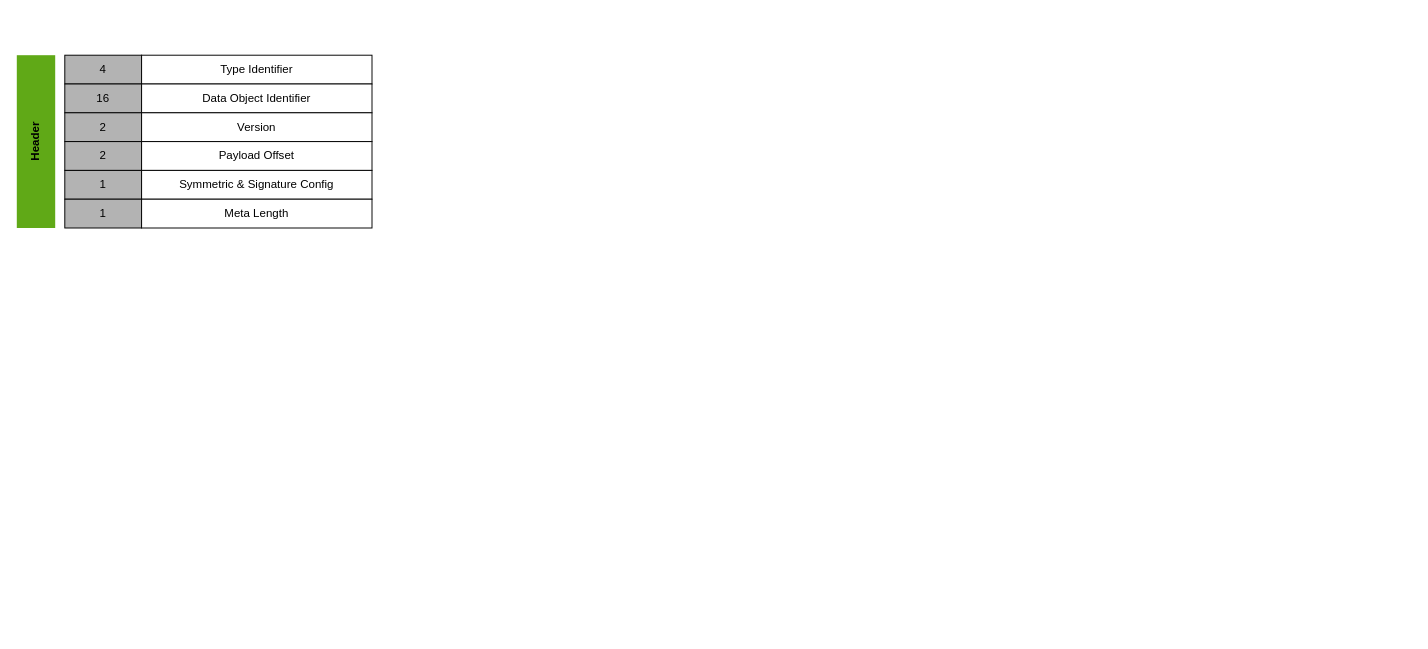
The draw.io diagram dhp/ZTDO.structure.drawio in wenhulove333/opendhp, before the edit. Source tidied: cells renumbered, new cells numbered last; positions are measured from the earlier drawing's top-left corner, leaving out a move shared by most shapes. Both pictures are drawn from the tidied source at 96%, with x=0, y=0 at pixel (7, 55). Pictures stored in the file or linked from it are replaced by grey dashed boxes.
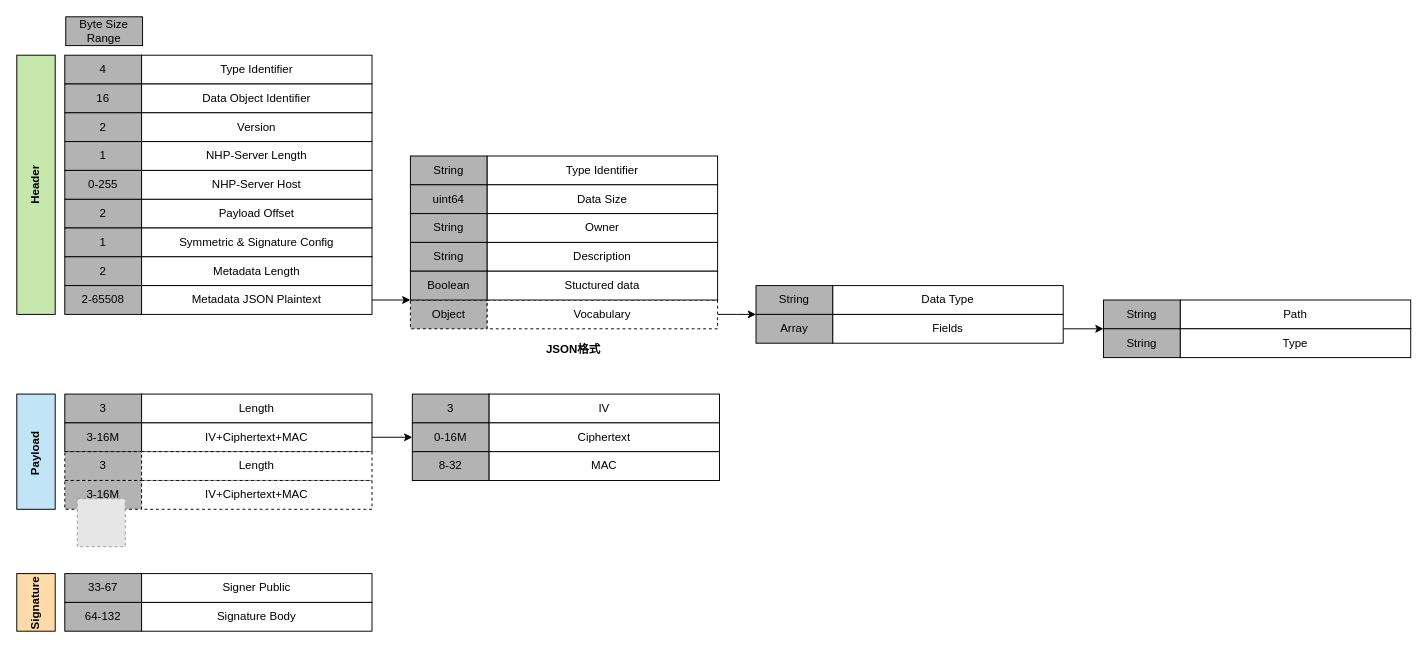
After the change.

Diff of the diagram source:
```diff
@@
+    <mxCell id="16" style="group;" parent="1" vertex="1">
+      <mxGeometry x="10" y="353" width="732" height="120" as="geometry" />
+    </mxCell>
+    <mxCell id="17" style="rounded=0;whiteSpace=wrap;html=1;fillColor=light-dark(#c1e4f7, #319eff);fontColor=#ffffff;strokeColor=default;" parent="16" vertex="1">
+      <mxGeometry width="40" height="120" as="geometry" />
+    </mxCell>
+    <mxCell id="18" value="3" style="rounded=0;whiteSpace=wrap;html=1;fillColor=#B3B3B3;strokeColor=default;" parent="16" vertex="1">
+      <mxGeometry x="50" width="80" height="30" as="geometry" />
+    </mxCell>
+    <mxCell id="19" value="Length" style="rounded=0;whiteSpace=wrap;html=1;" parent="16" vertex="1">
+      <mxGeometry x="130" width="240" height="30" as="geometry" />
+    </mxCell>
+    <mxCell id="20" value="3-16M" style="rounded=0;whiteSpace=wrap;html=1;fillColor=#B3B3B3;strokeColor=default;" parent="16" vertex="1">
+      <mxGeometry x="50" y="30" width="80" height="30" as="geometry" />
+    </mxCell>
+    <mxCell id="21" style="edgeStyle=orthogonalEdgeStyle;rounded=0;jettySize=auto;html=1;exitX=1;exitY=0.5;exitDx=0;exitDy=0;entryX=0;entryY=0.5;entryDx=0;entryDy=0;" parent="16" edge="1" source="22" target="27">
+      <mxGeometry relative="1" as="geometry" />
+    </mxCell>
+    <mxCell id="22" value="IV+Ciphertext+MAC" style="rounded=0;whiteSpace=wrap;html=1;" parent="16" vertex="1">
+      <mxGeometry x="130" y="30" width="240" height="30" as="geometry" />
+    </mxCell>
+    <mxCell id="23" value="&lt;b&gt;Payload&lt;/b&gt;" style="text;html=1;align=center;verticalAlign=middle;whiteSpace=wrap;rounded=0;rotation=-90;" parent="16" vertex="1">
+      <mxGeometry x="-10" y="47" width="60" height="30" as="geometry" />
+    </mxCell>
+    <mxCell id="24" style="group;" parent="16" vertex="1">
+      <mxGeometry x="412" width="320" height="90" as="geometry" />
+    </mxCell>
+    <mxCell id="25" value="3" style="rounded=0;whiteSpace=wrap;html=1;fillColor=#B3B3B3;strokeColor=default;" parent="24" vertex="1">
+      <mxGeometry width="80" height="30" as="geometry" />
+    </mxCell>
+    <mxCell id="26" value="IV" style="rounded=0;whiteSpace=wrap;html=1;" parent="24" vertex="1">
+      <mxGeometry x="80" width="240" height="30" as="geometry" />
+    </mxCell>
+    <mxCell id="27" value="0-16M" style="rounded=0;whiteSpace=wrap;html=1;fillColor=#B3B3B3;strokeColor=default;" parent="24" vertex="1">
+      <mxGeometry y="30" width="80" height="30" as="geometry" />
+    </mxCell>
+    <mxCell id="28" value="Ciphertext" style="rounded=0;whiteSpace=wrap;html=1;" parent="24" vertex="1">
+      <mxGeometry x="80" y="30" width="240" height="30" as="geometry" />
+    </mxCell>
+    <mxCell id="29" value="8-32" style="rounded=0;whiteSpace=wrap;html=1;fillColor=#B3B3B3;strokeColor=default;" parent="24" vertex="1">
+      <mxGeometry y="60" width="80" height="30" as="geometry" />
+    </mxCell>
+    <mxCell id="30" value="MAC" style="rounded=0;whiteSpace=wrap;html=1;" parent="24" vertex="1">
+      <mxGeometry x="80" y="60" width="240" height="30" as="geometry" />
+    </mxCell>
+    <mxCell id="31" value="3" style="rounded=0;whiteSpace=wrap;html=1;fillColor=#B3B3B3;strokeColor=default;dashed=1;" parent="16" vertex="1">
+      <mxGeometry x="50" y="60" width="80" height="30" as="geometry" />
+    </mxCell>
+    <mxCell id="32" value="Length" style="rounded=0;whiteSpace=wrap;html=1;dashed=1;" parent="16" vertex="1">
+      <mxGeometry x="130" y="60" width="240" height="30" as="geometry" />
+    </mxCell>
+    <mxCell id="33" value="3-16M" style="rounded=0;whiteSpace=wrap;html=1;fillColor=#B3B3B3;strokeColor=default;dashed=1;" parent="16" vertex="1">
+      <mxGeometry x="50" y="90" width="80" height="30" as="geometry" />
+    </mxCell>
+    <mxCell id="34" value="IV+Ciphertext+MAC" style="rounded=0;whiteSpace=wrap;html=1;dashed=1;" parent="16" vertex="1">
+      <mxGeometry x="130" y="90" width="240" height="30" as="geometry" />
+    </mxCell>
+    <mxCell id="35" style="group;" parent="1" vertex="1">
+      <mxGeometry x="10" width="1452" height="322" as="geometry" />
+    </mxCell>
+    <mxCell id="36" style="group;" parent="35" vertex="1">
+      <mxGeometry x="410" y="255" width="320" height="30" as="geometry" />
+    </mxCell>
+    <mxCell id="37" value="Object" style="rounded=0;whiteSpace=wrap;html=1;fillColor=#B3B3B3;strokeColor=default;dashed=1;" parent="36" vertex="1">
+      <mxGeometry width="80" height="30" as="geometry" />
+    </mxCell>
+    <mxCell id="38" style="edgeStyle=orthogonalEdgeStyle;rounded=0;jettySize=auto;html=1;exitX=1;exitY=0.5;exitDx=0;exitDy=0;" parent="36" edge="1" source="39">
+      <mxGeometry relative="1" as="geometry">
+        <mxPoint x="360" y="15" as="targetPoint" />
+      </mxGeometry>
+    </mxCell>
+    <mxCell id="39" value="Vocabulary" style="rounded=0;whiteSpace=wrap;html=1;dashed=1;" parent="36" vertex="1">
+      <mxGeometry x="80" width="240" height="30" as="geometry" />
+    </mxCell>
-    <mxCell id="2" style="rounded=0;whiteSpace=wrap;html=1;fillColor=#60a917;fontColor=#ffffff;strokeColor=none;" parent="1" vertex="1">
-      <mxGeometry x="10" width="40" height="180" as="geometry" />
+    <mxCell id="2" style="rounded=0;whiteSpace=wrap;html=1;fillColor=light-dark(#c7e8ac, #4a890c);fontColor=#ffffff;strokeColor=default;" parent="35" vertex="1">
+      <mxGeometry width="40" height="270" as="geometry" />
     </mxCell>
-    <mxCell id="3" value="4" style="rounded=0;whiteSpace=wrap;html=1;fillColor=#B3B3B3;strokeColor=default;" parent="1" vertex="1">
-      <mxGeometry x="60" width="80" height="30" as="geometry" />
+    <mxCell id="3" value="4" style="rounded=0;whiteSpace=wrap;html=1;fillColor=#B3B3B3;strokeColor=default;" parent="35" vertex="1">
+      <mxGeometry x="50" width="80" height="30" as="geometry" />
     </mxCell>
-    <mxCell id="4" value="Type Identifier" style="rounded=0;whiteSpace=wrap;html=1;" parent="1" vertex="1">
-      <mxGeometry x="140" width="240" height="30" as="geometry" />
+    <mxCell id="4" value="Type Identifier" style="rounded=0;whiteSpace=wrap;html=1;" parent="35" vertex="1">
+      <mxGeometry x="130" width="240" height="30" as="geometry" />
     </mxCell>
-    <mxCell id="5" value="16" style="rounded=0;whiteSpace=wrap;html=1;fillColor=#B3B3B3;strokeColor=default;" parent="1" vertex="1">
-      <mxGeometry x="60" y="30" width="80" height="30" as="geometry" />
+    <mxCell id="5" value="16" style="rounded=0;whiteSpace=wrap;html=1;fillColor=#B3B3B3;strokeColor=default;" parent="35" vertex="1">
+      <mxGeometry x="50" y="30" width="80" height="30" as="geometry" />
     </mxCell>
-    <mxCell id="6" value="Data Object Identifier" style="rounded=0;whiteSpace=wrap;html=1;" parent="1" vertex="1">
-      <mxGeometry x="140" y="30" width="240" height="30" as="geometry" />
+    <mxCell id="6" value="Data Object Identifier" style="rounded=0;whiteSpace=wrap;html=1;" parent="35" vertex="1">
+      <mxGeometry x="130" y="30" width="240" height="30" as="geometry" />
     </mxCell>
-    <mxCell id="7" value="2" style="rounded=0;whiteSpace=wrap;html=1;fillColor=#B3B3B3;strokeColor=default;" parent="1" vertex="1">
-      <mxGeometry x="60" y="60" width="80" height="30" as="geometry" />
+    <mxCell id="7" value="2" style="rounded=0;whiteSpace=wrap;html=1;fillColor=#B3B3B3;strokeColor=default;" parent="35" vertex="1">
+      <mxGeometry x="50" y="60" width="80" height="30" as="geometry" />
     </mxCell>
-    <mxCell id="8" value="Version" style="rounded=0;whiteSpace=wrap;html=1;" parent="1" vertex="1">
-      <mxGeometry x="140" y="60" width="240" height="30" as="geometry" />
+    <mxCell id="8" value="Version" style="rounded=0;whiteSpace=wrap;html=1;" parent="35" vertex="1">
+      <mxGeometry x="130" y="60" width="240" height="30" as="geometry" />
     </mxCell>
-    <mxCell id="9" value="2" style="rounded=0;whiteSpace=wrap;html=1;fillColor=#B3B3B3;strokeColor=default;" parent="1" vertex="1">
-      <mxGeometry x="60" y="90" width="80" height="30" as="geometry" />
+    <mxCell id="9" value="2" style="rounded=0;whiteSpace=wrap;html=1;fillColor=#B3B3B3;strokeColor=default;" parent="35" vertex="1">
+      <mxGeometry x="50" y="150" width="80" height="30" as="geometry" />
     </mxCell>
-    <mxCell id="10" value="Payload Offset" style="rounded=0;whiteSpace=wrap;html=1;" parent="1" vertex="1">
-      <mxGeometry x="140" y="90" width="240" height="30" as="geometry" />
+    <mxCell id="10" value="Payload Offset" style="rounded=0;whiteSpace=wrap;html=1;" parent="35" vertex="1">
+      <mxGeometry x="130" y="150" width="240" height="30" as="geometry" />
     </mxCell>
-    <mxCell id="11" value="1" style="rounded=0;whiteSpace=wrap;html=1;fillColor=#B3B3B3;strokeColor=default;" parent="1" vertex="1">
-      <mxGeometry x="60" y="120" width="80" height="30" as="geometry" />
+    <mxCell id="11" value="1" style="rounded=0;whiteSpace=wrap;html=1;fillColor=#B3B3B3;strokeColor=default;" parent="35" vertex="1">
+      <mxGeometry x="50" y="180" width="80" height="30" as="geometry" />
     </mxCell>
-    <mxCell id="12" value="Symmetric &amp;amp; Signature Config" style="rounded=0;whiteSpace=wrap;html=1;" parent="1" vertex="1">
-      <mxGeometry x="140" y="120" width="240" height="30" as="geometry" />
+    <mxCell id="12" value="Symmetric &amp;amp; Signature Config" style="rounded=0;whiteSpace=wrap;html=1;" parent="35" vertex="1">
+      <mxGeometry x="130" y="180" width="240" height="30" as="geometry" />
     </mxCell>
-    <mxCell id="13" value="1" style="rounded=0;whiteSpace=wrap;html=1;fillColor=#B3B3B3;strokeColor=default;" parent="1" vertex="1">
-      <mxGeometry x="60" y="150" width="80" height="30" as="geometry" />
+    <mxCell id="13" value="2" style="rounded=0;whiteSpace=wrap;html=1;fillColor=#B3B3B3;strokeColor=default;" parent="35" vertex="1">
+      <mxGeometry x="50" y="210" width="80" height="30" as="geometry" />
     </mxCell>
+    <mxCell id="40" style="edgeStyle=orthogonalEdgeStyle;rounded=0;jettySize=auto;html=1;exitX=1;exitY=0.5;exitDx=0;exitDy=0;entryX=0;entryY=1;entryDx=0;entryDy=0;" parent="35" edge="1" source="53" target="49">
+      <mxGeometry relative="1" as="geometry">
+        <Array as="points">
+          <mxPoint x="400" y="255" />
+          <mxPoint x="400" y="255" />
+        </Array>
+      </mxGeometry>
+    </mxCell>
-    <mxCell id="14" value="Meta Length" style="rounded=0;whiteSpace=wrap;html=1;" parent="1" vertex="1">
-      <mxGeometry x="140" y="150" width="240" height="30" as="geometry" />
+    <mxCell id="14" value="Metadata Length" style="rounded=0;whiteSpace=wrap;html=1;" parent="35" vertex="1">
+      <mxGeometry x="130" y="210" width="240" height="30" as="geometry" />
     </mxCell>
-    <mxCell id="15" value="&lt;b&gt;Header&lt;/b&gt;" style="text;html=1;align=center;verticalAlign=middle;whiteSpace=wrap;rounded=0;rotation=-90;" parent="1" vertex="1">
-      <mxGeometry y="75" width="60" height="30" as="geometry" />
+    <mxCell id="15" value="&lt;b&gt;Header&lt;/b&gt;" style="text;html=1;align=center;verticalAlign=middle;whiteSpace=wrap;rounded=0;rotation=-90;" parent="35" vertex="1">
+      <mxGeometry x="-10" y="120" width="60" height="30" as="geometry" />
     </mxCell>
+    <mxCell id="41" value="String" style="rounded=0;whiteSpace=wrap;html=1;fillColor=#B3B3B3;strokeColor=default;" parent="35" vertex="1">
+      <mxGeometry x="410" y="105" width="80" height="30" as="geometry" />
+    </mxCell>
+    <mxCell id="42" value="Type Identifier" style="rounded=0;whiteSpace=wrap;html=1;" parent="35" vertex="1">
+      <mxGeometry x="490" y="105" width="240" height="30" as="geometry" />
+    </mxCell>
+    <mxCell id="43" value="uint64" style="rounded=0;whiteSpace=wrap;html=1;fillColor=#B3B3B3;strokeColor=default;" parent="35" vertex="1">
+      <mxGeometry x="410" y="135" width="80" height="30" as="geometry" />
+    </mxCell>
+    <mxCell id="44" value="Data Size" style="rounded=0;whiteSpace=wrap;html=1;" parent="35" vertex="1">
+      <mxGeometry x="490" y="135" width="240" height="30" as="geometry" />
+    </mxCell>
+    <mxCell id="45" value="String" style="rounded=0;whiteSpace=wrap;html=1;fillColor=#B3B3B3;strokeColor=default;" parent="35" vertex="1">
+      <mxGeometry x="410" y="165" width="80" height="30" as="geometry" />
+    </mxCell>
+    <mxCell id="46" value="Owner" style="rounded=0;whiteSpace=wrap;html=1;" parent="35" vertex="1">
+      <mxGeometry x="490" y="165" width="240" height="30" as="geometry" />
+    </mxCell>
+    <mxCell id="47" value="String" style="rounded=0;whiteSpace=wrap;html=1;fillColor=#B3B3B3;strokeColor=default;" parent="35" vertex="1">
+      <mxGeometry x="410" y="195" width="80" height="30" as="geometry" />
+    </mxCell>
+    <mxCell id="48" value="Description" style="rounded=0;whiteSpace=wrap;html=1;" parent="35" vertex="1">
+      <mxGeometry x="490" y="195" width="240" height="30" as="geometry" />
+    </mxCell>
+    <mxCell id="49" value="Boolean" style="rounded=0;whiteSpace=wrap;html=1;fillColor=#B3B3B3;strokeColor=default;" parent="35" vertex="1">
+      <mxGeometry x="410" y="225" width="80" height="30" as="geometry" />
+    </mxCell>
+    <mxCell id="50" value="Stuctured data" style="rounded=0;whiteSpace=wrap;html=1;" parent="35" vertex="1">
+      <mxGeometry x="490" y="225" width="240" height="30" as="geometry" />
+    </mxCell>
+    <mxCell id="51" value="&lt;b&gt;JSON格式&lt;/b&gt;" style="text;html=1;align=center;verticalAlign=middle;whiteSpace=wrap;rounded=0;" parent="35" vertex="1">
+      <mxGeometry x="550" y="292" width="60" height="30" as="geometry" />
+    </mxCell>
+    <mxCell id="52" value="2-65508" style="rounded=0;whiteSpace=wrap;html=1;fillColor=#B3B3B3;strokeColor=default;" parent="35" vertex="1">
+      <mxGeometry x="50" y="240" width="80" height="30" as="geometry" />
+    </mxCell>
+    <mxCell id="53" value="Metadata JSON Plaintext" style="rounded=0;whiteSpace=wrap;html=1;" parent="35" vertex="1">
+      <mxGeometry x="130" y="240" width="240" height="30" as="geometry" />
+    </mxCell>
+    <mxCell id="54" value="String" style="rounded=0;whiteSpace=wrap;html=1;fillColor=#B3B3B3;strokeColor=default;" parent="35" vertex="1">
+      <mxGeometry x="770" y="240" width="80" height="30" as="geometry" />
+    </mxCell>
+    <mxCell id="55" value="Data Type" style="rounded=0;whiteSpace=wrap;html=1;" parent="35" vertex="1">
+      <mxGeometry x="850" y="240" width="240" height="30" as="geometry" />
+    </mxCell>
+    <mxCell id="56" value="Array" style="rounded=0;whiteSpace=wrap;html=1;fillColor=#B3B3B3;strokeColor=default;" parent="35" vertex="1">
+      <mxGeometry x="770" y="270" width="80" height="30" as="geometry" />
+    </mxCell>
+    <mxCell id="57" style="edgeStyle=orthogonalEdgeStyle;rounded=0;jettySize=auto;html=1;exitX=1;exitY=0.5;exitDx=0;exitDy=0;entryX=0;entryY=0;entryDx=0;entryDy=0;" parent="35" edge="1" source="58" target="61">
+      <mxGeometry relative="1" as="geometry">
+        <Array as="points">
+          <mxPoint x="1120" y="285" />
+          <mxPoint x="1120" y="285" />
+        </Array>
+      </mxGeometry>
+    </mxCell>
+    <mxCell id="58" value="Fields" style="rounded=0;whiteSpace=wrap;html=1;" parent="35" vertex="1">
+      <mxGeometry x="850" y="270" width="240" height="30" as="geometry" />
+    </mxCell>
+    <mxCell id="59" value="String" style="rounded=0;whiteSpace=wrap;html=1;fillColor=#B3B3B3;strokeColor=default;" parent="35" vertex="1">
+      <mxGeometry x="1132" y="255" width="80" height="30" as="geometry" />
+    </mxCell>
+    <mxCell id="60" value="Path" style="rounded=0;whiteSpace=wrap;html=1;" parent="35" vertex="1">
+      <mxGeometry x="1212" y="255" width="240" height="30" as="geometry" />
+    </mxCell>
+    <mxCell id="61" value="String" style="rounded=0;whiteSpace=wrap;html=1;fillColor=#B3B3B3;strokeColor=default;" parent="35" vertex="1">
+      <mxGeometry x="1132" y="285" width="80" height="30" as="geometry" />
+    </mxCell>
+    <mxCell id="62" value="Type" style="rounded=0;whiteSpace=wrap;html=1;" parent="35" vertex="1">
+      <mxGeometry x="1212" y="285" width="240" height="30" as="geometry" />
+    </mxCell>
+    <mxCell id="63" value="1" style="rounded=0;whiteSpace=wrap;html=1;fillColor=#B3B3B3;strokeColor=default;" parent="35" vertex="1">
+      <mxGeometry x="50" y="90" width="80" height="30" as="geometry" />
+    </mxCell>
+    <mxCell id="64" value="NHP-Server Length" style="rounded=0;whiteSpace=wrap;html=1;" parent="35" vertex="1">
+      <mxGeometry x="130" y="90" width="240" height="30" as="geometry" />
+    </mxCell>
+    <mxCell id="65" value="0-255" style="rounded=0;whiteSpace=wrap;html=1;fillColor=#B3B3B3;strokeColor=default;" parent="35" vertex="1">
+      <mxGeometry x="50" y="120" width="80" height="30" as="geometry" />
+    </mxCell>
+    <mxCell id="66" value="NHP-Server Host" style="rounded=0;whiteSpace=wrap;html=1;" parent="35" vertex="1">
+      <mxGeometry x="130" y="120" width="240" height="30" as="geometry" />
+    </mxCell>
+    <mxCell id="67" style="fillColor=#E6E6E6;strokeColor=#999999;dashed=1;html=1;verticalAlign=top;verticalLabelPosition=bottom;labelBackgroundColor=#ffffff;" parent="1" vertex="1">
+      <mxGeometry x="73" y="462" width="50" height="50" as="geometry" />
+    </mxCell>
+    <mxCell id="68" value="Byte Size Range" style="rounded=0;whiteSpace=wrap;html=1;fillColor=#B3B3B3;strokeColor=default;" parent="1" vertex="1">
+      <mxGeometry x="61" y="-40" width="80" height="30" as="geometry" />
+    </mxCell>
+    <mxCell id="69" style="rounded=0;whiteSpace=wrap;html=1;fillColor=light-dark(#ffdba9, #319eff);fontColor=#ffffff;strokeColor=default;" parent="1" vertex="1">
+      <mxGeometry x="10" y="540" width="40" height="60" as="geometry" />
+    </mxCell>
+    <mxCell id="70" value="33-67" style="rounded=0;whiteSpace=wrap;html=1;fillColor=#B3B3B3;strokeColor=default;" parent="1" vertex="1">
+      <mxGeometry x="60" y="540" width="80" height="30" as="geometry" />
+    </mxCell>
+    <mxCell id="71" value="Signer Public" style="rounded=0;whiteSpace=wrap;html=1;" parent="1" vertex="1">
+      <mxGeometry x="140" y="540" width="240" height="30" as="geometry" />
+    </mxCell>
+    <mxCell id="72" value="64-132" style="rounded=0;whiteSpace=wrap;html=1;fillColor=#B3B3B3;strokeColor=default;" parent="1" vertex="1">
+      <mxGeometry x="60" y="570" width="80" height="30" as="geometry" />
+    </mxCell>
+    <mxCell id="73" value="Signature Body" style="rounded=0;whiteSpace=wrap;html=1;" parent="1" vertex="1">
+      <mxGeometry x="140" y="570" width="240" height="30" as="geometry" />
+    </mxCell>
+    <mxCell id="74" value="&lt;b&gt;Signature&lt;/b&gt;" style="text;html=1;align=center;verticalAlign=middle;whiteSpace=wrap;rounded=0;rotation=-90;" parent="1" vertex="1">
+      <mxGeometry y="556" width="60" height="30" as="geometry" />
+    </mxCell>
```
